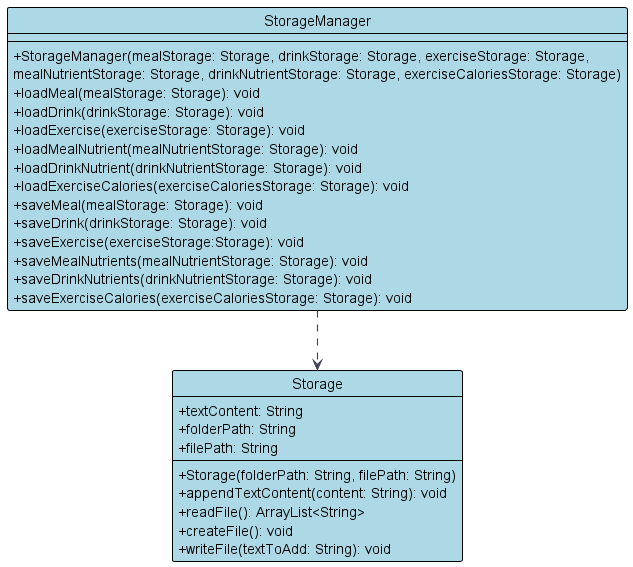
The PlantUML diagram docs/diagrams/diagrams_png/StorageClassDiagram.png in jasonlienardi/tp, before a commit.
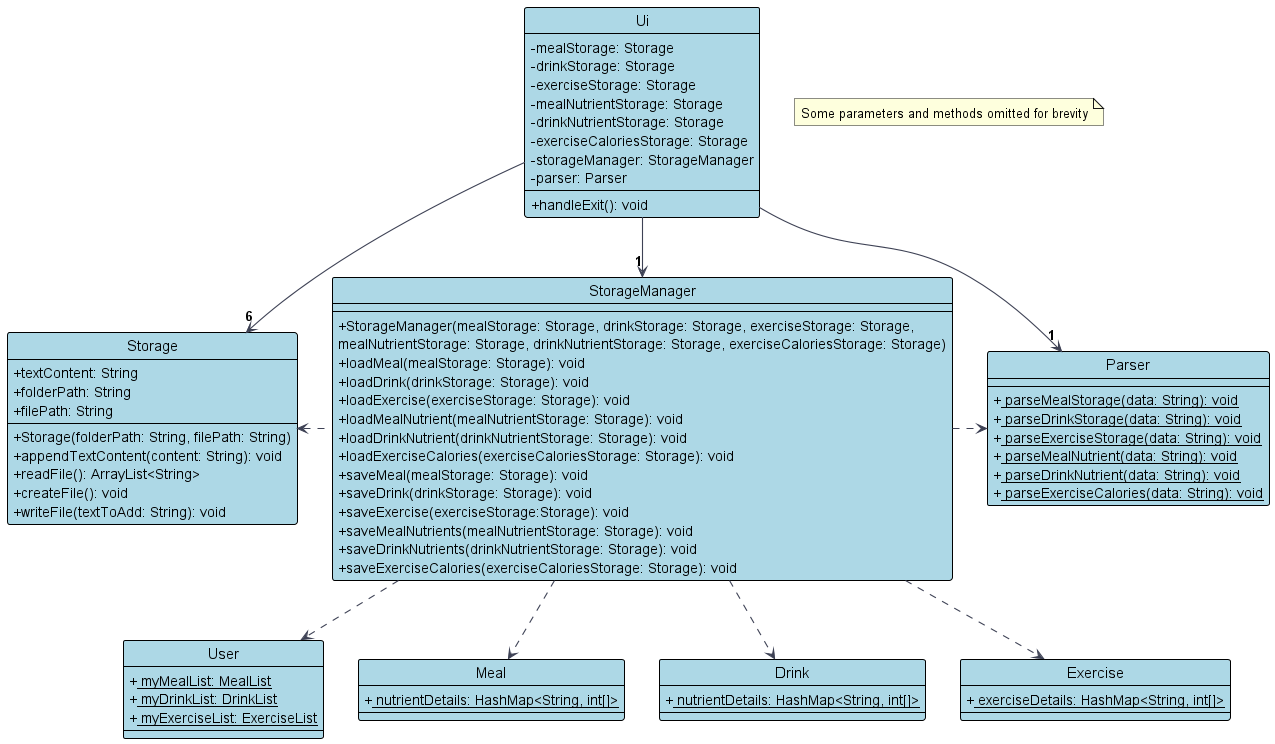
After the commit.

Commit message:
Edit Storage Class Diagram

The edit, as a diff of the source:
```diff
@@ -4,6 +4,56 @@
 skinparam arrowColor CLASS_ARROW_COLOR
 skinparam classBackgroundColor CLASS_DIAGRAM_COLOR
 skinparam classAttributeIconSize 0
+
+Class Ui {
+    - mealStorage: Storage
+    - drinkStorage: Storage
+    - exerciseStorage: Storage
+    - mealNutrientStorage: Storage
+    - drinkNutrientStorage: Storage
+    - exerciseCaloriesStorage: Storage
+    - storageManager: StorageManager
+    - parser: Parser
+    + handleExit(): void
+}
+
+Class Parser {
+    +<u> parseMealStorage(data: String): void
+    +<u> parseDrinkStorage(data: String): void
+    +<u> parseExerciseStorage(data: String): void
+    +<u> parseMealNutrient(data: String): void
+    +<u> parseDrinkNutrient(data: String): void
+    +<u> parseExerciseCalories(data: String): void
+}
+
+Class User {
+    +<u> myMealList: MealList
+    +<u> myDrinkList: DrinkList
+    +<u> myExerciseList: ExerciseList
+}
+
+Class Storage {
+    + textContent: String
+    + folderPath: String
+    + filePath: String
+    + Storage(folderPath: String, filePath: String)
+    + appendTextContent(content: String): void
+    + readFile(): ArrayList<String>
+    + createFile(): void
+    + writeFile(textToAdd: String): void
+}
+
+Class Meal {
+    +<u> nutrientDetails: HashMap<String, int[]>
+}
+
+Class Drink {
+    +<u> nutrientDetails: HashMap<String, int[]>
+}
+
+Class Exercise {
+    +<u> exerciseDetails: HashMap<String, int[]>
+}
 
 Class StorageManager {
     + StorageManager(mealStorage: Storage, drinkStorage: Storage, exerciseStorage: Storage,
@@ -22,16 +72,15 @@
     + saveExerciseCalories(exerciseCaloriesStorage: Storage): void
 }
 
-Class Storage {
-    + textContent: String
-    + folderPath: String
-    + filePath: String
-    + Storage(folderPath: String, filePath: String)
-    + appendTextContent(content: String): void
-    + readFile(): ArrayList<String>
-    + createFile(): void
-    + writeFile(textToAdd: String): void
-}
 
-StorageManager ..> Storage
+StorageManager .left.> Storage
+StorageManager .right.> Parser
+StorageManager ..> User
+StorageManager ..> Meal
+StorageManager ..> Drink
+StorageManager ..> Exercise
+Ui -down-> "6" Storage
+Ui -down-> "1" StorageManager
+Ui -down-> "1" Parser
+note "Some parameters and methods omitted for brevity" as N
 @enduml
```
